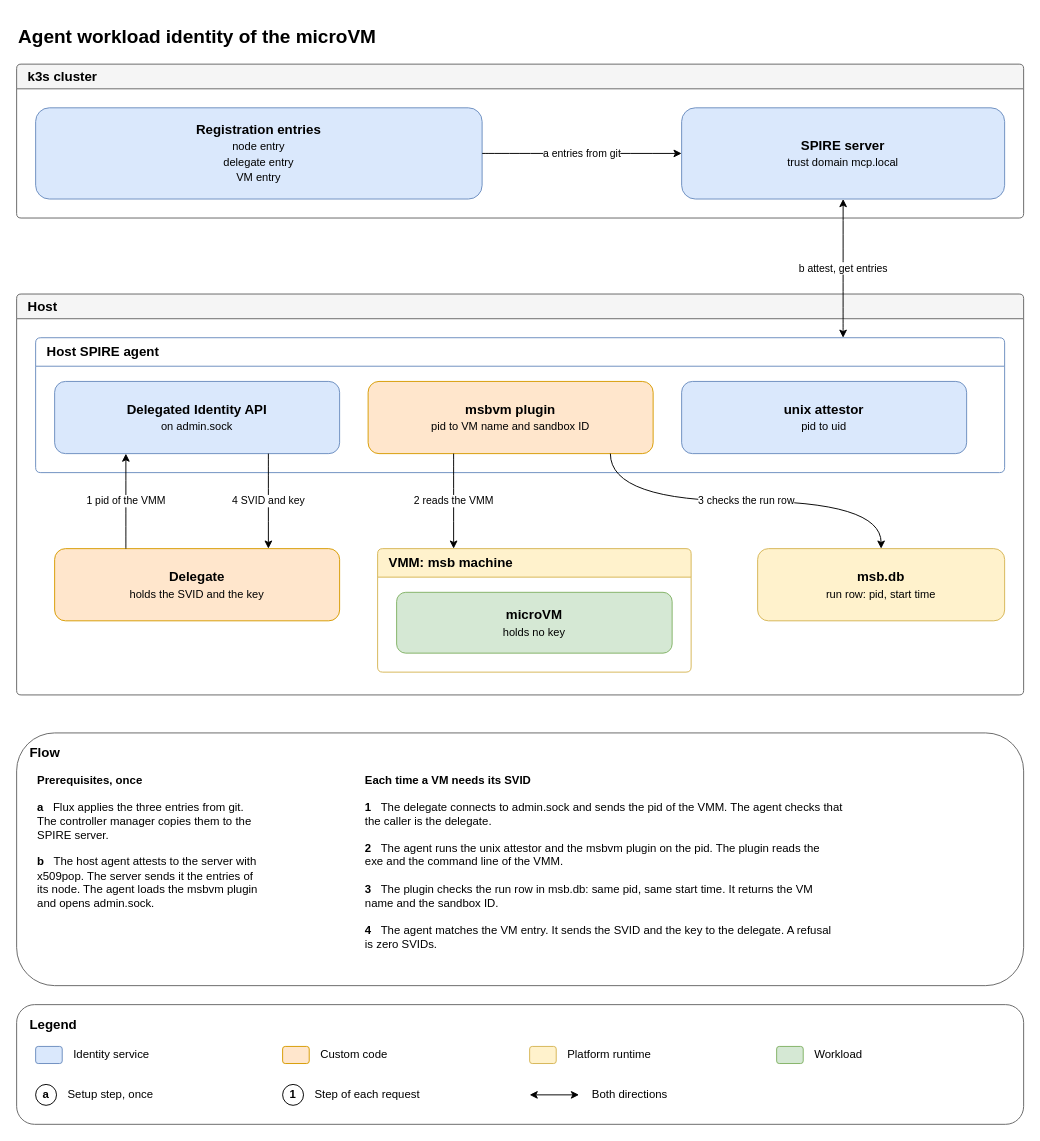
Above: code/agent-workload-identity/docs/diagrams/agent-workload-identity.drawio in raghav19/engineersdaybook (draw.io), before the change. Source tidied: cells renumbered, new cells numbered last; positions are measured from the earlier drawing's top-left corner, leaving out a move shared by most shapes. Both pictures are drawn from the tidied source at 95%, with x=0, y=0 at pixel (16, 16).
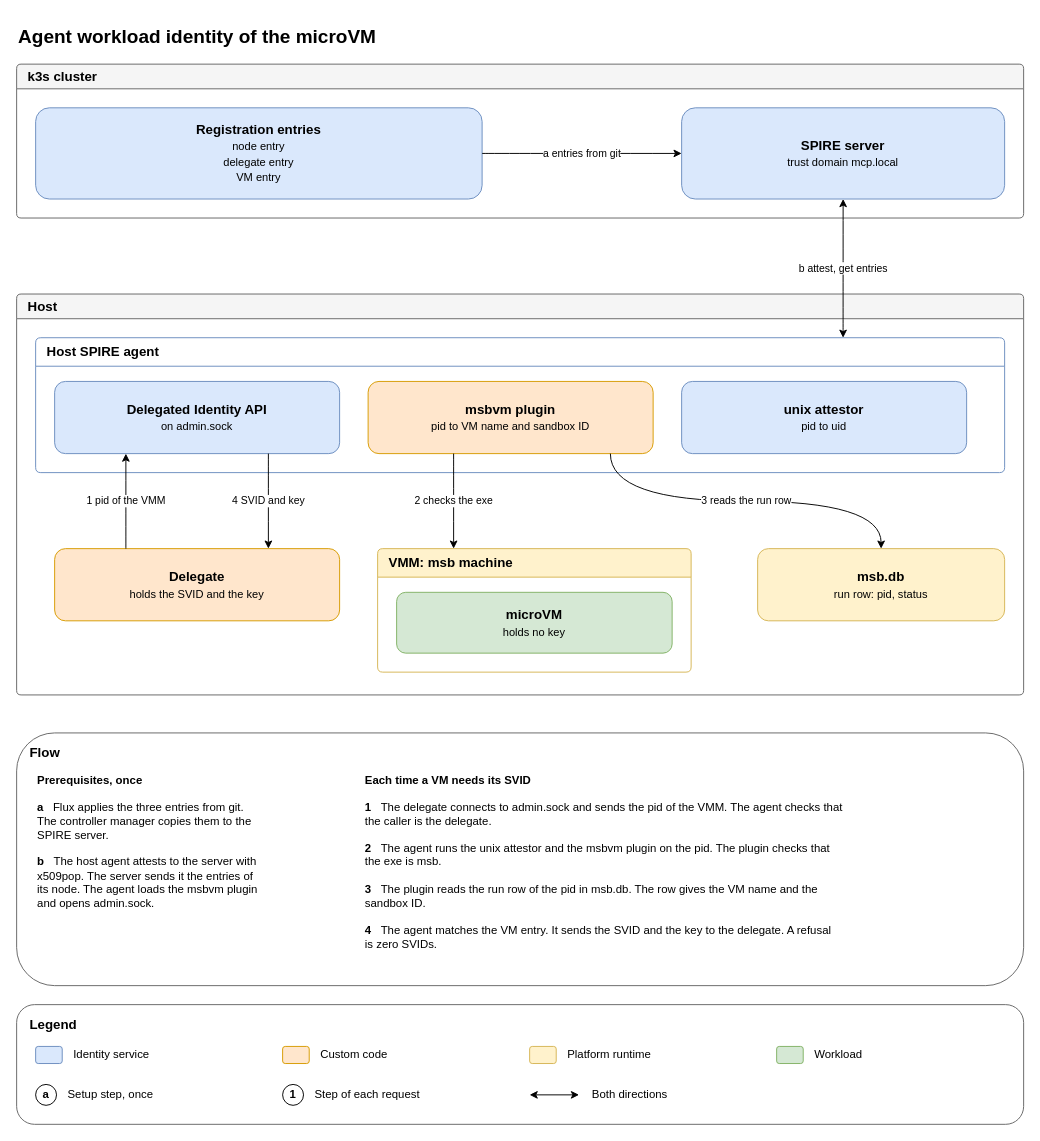
Above is the later version.

Unchanged cells that the change refers to:
```xml
<mxCell id="6" value="Host" style="swimlane;rounded=1;arcSize=6;startSize=26;fillColor=#f5f5f5;strokeColor=#666666;fontSize=14;html=1;align=left;spacingLeft=10;" parent="1" vertex="1">
  <mxGeometry y="292" width="1060" height="422" as="geometry" />
</mxCell>
<mxCell id="9" value="&lt;b&gt;msbvm plugin&lt;/b&gt;&lt;br&gt;&lt;small&gt;pid to VM name and sandbox ID&lt;/small&gt;" style="rounded=1;whiteSpace=wrap;html=1;fontSize=14;fillColor=#ffe6cc;strokeColor=#d79b00;" parent="7" vertex="1">
  <mxGeometry x="350" y="46" width="300" height="76" as="geometry" />
</mxCell>
<mxCell id="12" value="VMM: msb machine" style="swimlane;rounded=1;arcSize=6;startSize=30;whiteSpace=wrap;html=1;fontSize=14;fillColor=#fff2cc;strokeColor=#d6b656;align=left;spacingLeft=10;" parent="6" vertex="1">
  <mxGeometry x="380" y="268" width="330" height="130" as="geometry" />
</mxCell>
```

Change to the diagram source:
```diff
@@
-    <mxCell id="14" value="&lt;b&gt;msb.db&lt;/b&gt;&lt;br&gt;&lt;small&gt;run row: pid, start time&lt;/small&gt;" style="rounded=1;whiteSpace=wrap;html=1;fontSize=14;fillColor=#fff2cc;strokeColor=#d6b656;" parent="6" vertex="1">
+    <mxCell id="14" value="&lt;b&gt;msb.db&lt;/b&gt;&lt;br&gt;&lt;small&gt;run row: pid, status&lt;/small&gt;" style="rounded=1;whiteSpace=wrap;html=1;fontSize=14;fillColor=#fff2cc;strokeColor=#d6b656;" parent="6" vertex="1">
       <mxGeometry x="780" y="268" width="260" height="76" as="geometry" />
     </mxCell>
@@
-    <mxCell id="19" value="2  reads the VMM" style="edgeStyle=orthogonalEdgeStyle;rounded=1;curved=1;html=1;labelBackgroundColor=default;defaultLabelBackgroundColor=gap;exitX=0.3;exitY=1;exitDx=0;exitDy=0;entryX=0.2424;entryY=0;entryDx=0;entryDy=0;" parent="1" edge="1" source="9" target="12">
+    <mxCell id="19" value="2  checks the exe" style="edgeStyle=orthogonalEdgeStyle;rounded=1;curved=1;html=1;labelBackgroundColor=default;defaultLabelBackgroundColor=gap;exitX=0.3;exitY=1;exitDx=0;exitDy=0;entryX=0.2424;entryY=0;entryDx=0;entryDy=0;" parent="1" edge="1" source="9" target="12">
       <mxGeometry relative="1" as="geometry" />
     </mxCell>
-    <mxCell id="20" value="3  checks the run row" style="edgeStyle=orthogonalEdgeStyle;rounded=1;curved=1;html=1;labelBackgroundColor=default;defaultLabelBackgroundColor=gap;exitX=0.85;exitY=1;exitDx=0;exitDy=0;entryX=0.5;entryY=0;entryDx=0;entryDy=0;" parent="1" edge="1" source="9" target="14">
+    <mxCell id="20" value="3  reads the run row" style="edgeStyle=orthogonalEdgeStyle;rounded=1;curved=1;html=1;labelBackgroundColor=default;defaultLabelBackgroundColor=gap;exitX=0.85;exitY=1;exitDx=0;exitDy=0;entryX=0.5;entryY=0;entryDx=0;entryDy=0;" parent="1" edge="1" source="9" target="14">
       <mxGeometry relative="1" as="geometry" />
     </mxCell>
@@
-    <mxCell id="23" value="&lt;b&gt;Each time a VM needs its SVID&lt;/b&gt;&lt;br&gt;&lt;br&gt;&lt;b&gt;1&lt;/b&gt;&amp;nbsp;&amp;nbsp;&amp;nbsp;The delegate connects to admin.sock and sends the pid of the VMM. The agent checks that&lt;br&gt;the caller is the delegate.&lt;br&gt;&lt;br&gt;&lt;b&gt;2&lt;/b&gt;&amp;nbsp;&amp;nbsp;&amp;nbsp;The agent runs the unix attestor and the msbvm plugin on the pid. The plugin reads the&lt;br&gt;exe and the command line of the VMM.&lt;br&gt;&lt;br&gt;&lt;b&gt;3&lt;/b&gt;&amp;nbsp;&amp;nbsp;&amp;nbsp;The plugin checks the run row in msb.db: same pid, same start time. It returns the VM&lt;br&gt;name and the sandbox ID.&lt;br&gt;&lt;br&gt;&lt;b&gt;4&lt;/b&gt;&amp;nbsp;&amp;nbsp;&amp;nbsp;The agent matches the VM entry. It sends the SVID and the key to the delegate. A refusal&lt;br&gt;is zero SVIDs.&lt;br&gt;&lt;br&gt;" style="text;html=1;whiteSpace=wrap;align=left;verticalAlign=top;fontSize=12;" parent="1" vertex="1">
+    <mxCell id="23" value="&lt;b&gt;Each time a VM needs its SVID&lt;/b&gt;&lt;br&gt;&lt;br&gt;&lt;b&gt;1&lt;/b&gt;&amp;nbsp;&amp;nbsp;&amp;nbsp;The delegate connects to admin.sock and sends the pid of the VMM. The agent checks that&lt;br&gt;the caller is the delegate.&lt;br&gt;&lt;br&gt;&lt;b&gt;2&lt;/b&gt;&amp;nbsp;&amp;nbsp;&amp;nbsp;The agent runs the unix attestor and the msbvm plugin on the pid. The plugin checks that&lt;br&gt;the exe is msb.&lt;br&gt;&lt;br&gt;&lt;b&gt;3&lt;/b&gt;&amp;nbsp;&amp;nbsp;&amp;nbsp;The plugin reads the run row of the pid in msb.db. The row gives the VM name and the&lt;br&gt;sandbox ID.&lt;br&gt;&lt;br&gt;&lt;b&gt;4&lt;/b&gt;&amp;nbsp;&amp;nbsp;&amp;nbsp;The agent matches the VM entry. It sends the SVID and the key to the delegate. A refusal&lt;br&gt;is zero SVIDs.&lt;br&gt;&lt;br&gt;" style="text;html=1;whiteSpace=wrap;align=left;verticalAlign=top;fontSize=12;" parent="1" vertex="1">
       <mxGeometry x="365" y="790" width="640" height="220" as="geometry" />
     </mxCell>
```
